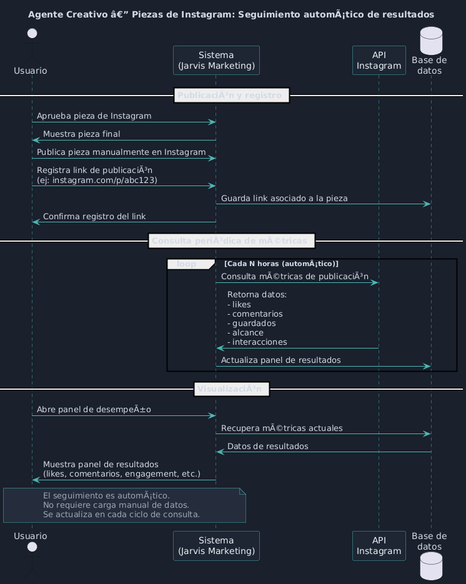
Above: agent/assets/img/diagramas/agente-creativo-instagram-resultados.png in sedibuc/documentacion_cintel (PlantUML), before the change.
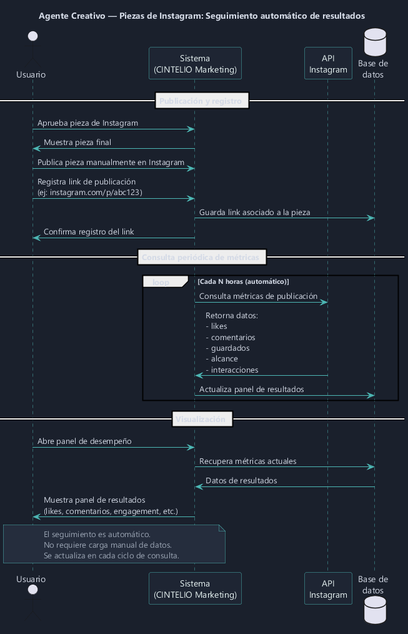
Later version of the same file.

Change to the diagram source:
```diff
@@ -1,4 +1,4 @@
-@startuml
+@startuml agente-creativo-instagram-resultados
 skinparam backgroundColor #1a202c
 skinparam defaultFontColor #d4dae6
 skinparam defaultFontName "Segoe UI"
@@ -11,39 +11,40 @@
 skinparam noteBorderColor #4db8b5
 skinparam noteFontColor #9ba5b4
 
-title Agente Creativo â€” Piezas de Instagram: Seguimiento automÃ¡tico de resultados
+title Agente Creativo — Piezas de Instagram: Seguimiento automático de resultados
 
 actor Usuario
-participant "Sistema\n(Jarvis Marketing)" as Sistema
+participant "Sistema\n(CINTELIO Marketing)" as Sistema
 participant "API\nInstagram" as IG
 database "Base de\ndatos" as DB
 
-== PublicaciÃ³n y registro ==
+== Publicación y registro ==
 
 Usuario -> Sistema : Aprueba pieza de Instagram
 Sistema -> Usuario : Muestra pieza final
 Usuario -> Sistema : Publica pieza manualmente en Instagram
-Usuario -> Sistema : Registra link de publicaciÃ³n\n(ej: instagram.com/p/abc123)
+Usuario -> Sistema : Registra link de publicación\n(ej: instagram.com/p/abc123)
 Sistema -> DB : Guarda link asociado a la pieza
 Sistema -> Usuario : Confirma registro del link
 
-== Consulta periÃ³dica de mÃ©tricas ==
+== Consulta periódica de métricas ==
 
-loop Cada N horas (automÃ¡tico)
-    Sistema -> IG : Consulta mÃ©tricas de publicaciÃ³n
+loop Cada N horas (automático)
+    Sistema -> IG : Consulta métricas de publicación
     IG -> Sistema : Retorna datos:\n- likes\n- comentarios\n- guardados\n- alcance\n- interacciones
     Sistema -> DB : Actualiza panel de resultados
 end
 
-== VisualizaciÃ³n ==
+== Visualización ==
 
-Usuario -> Sistema : Abre panel de desempeÃ±o
-Sistema -> DB : Recupera mÃ©tricas actuales
+Usuario -> Sistema : Abre panel de desempeño
+Sistema -> DB : Recupera métricas actuales
 DB -> Sistema : Datos de resultados
 Sistema -> Usuario : Muestra panel de resultados\n(likes, comentarios, engagement, etc.)
 note over Usuario, Sistema
-  El seguimiento es automÃ¡tico.
+  El seguimiento es automático.
   No requiere carga manual de datos.
   Se actualiza en cada ciclo de consulta.
 end note
+
 @enduml
```
